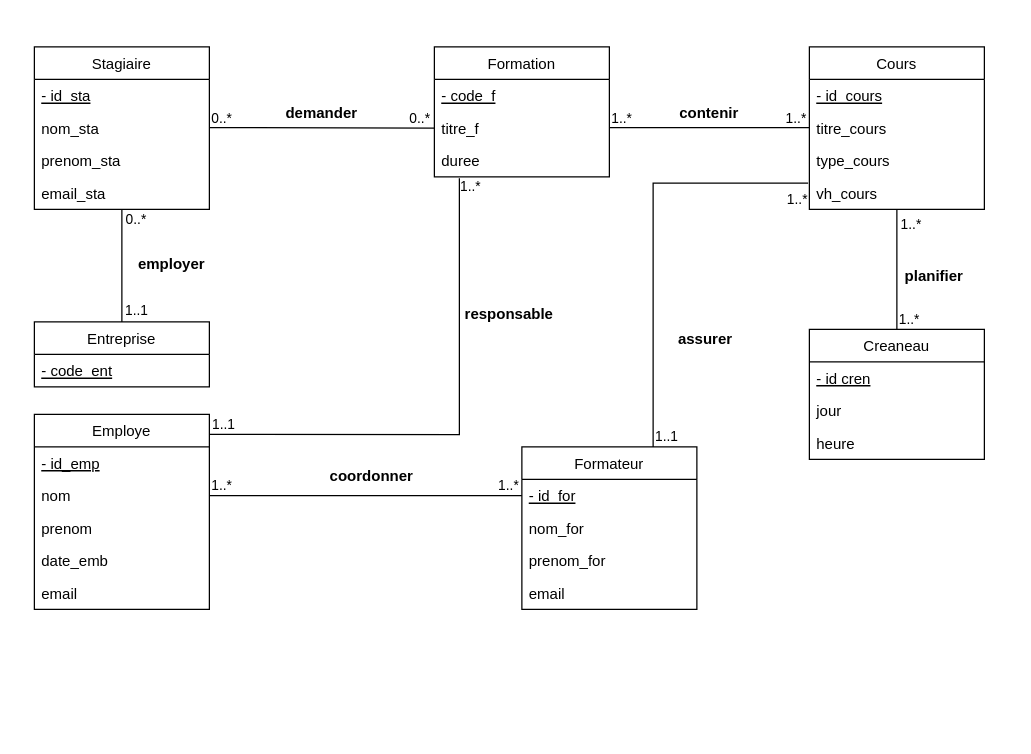
This is BDD/solutions/jardin.drawio from Mohamed-Messai/mescours, a draw.io file, before an edit. Source tidied: cells renumbered, new cells numbered last; positions are measured from the earlier drawing's top-left corner, leaving out a move shared by most shapes. Both pictures are drawn from the tidied source at 125%, with x=0, y=0 at pixel (34, 46).
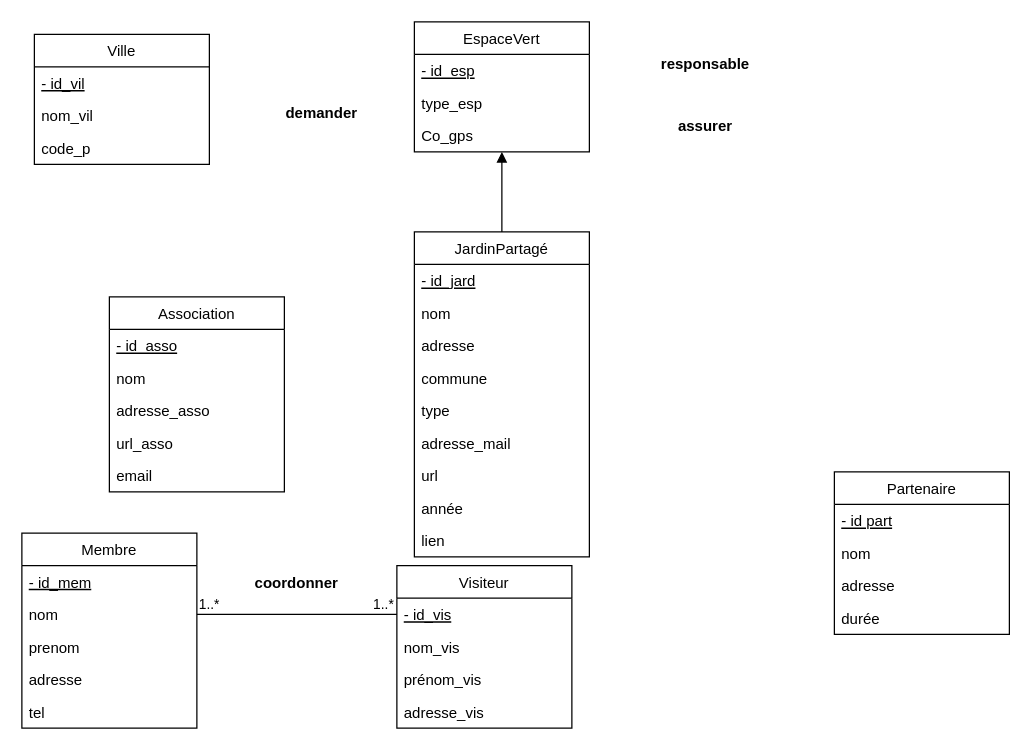
Above is the later version.

Commit message (it also covers changes not shown here):
Mettre à jour jardin.drawio

The edit, as a diff of the source:
```diff
@@
-    <mxCell id="2" value="Stagiaire" style="swimlane;fontStyle=0;horizontal=1;startSize=26;fillColor=none;" parent="1" vertex="1">
-      <mxGeometry width="140" height="130" as="geometry" />
+    <mxCell id="2" value="EspaceVert" style="swimlane;fontStyle=0;horizontal=1;startSize=26;fillColor=none;" parent="1" vertex="1">
+      <mxGeometry x="304" y="-20" width="140" height="104" as="geometry" />
     </mxCell>
-    <mxCell id="3" value="- id_sta" style="text;strokeColor=none;fillColor=none;align=left;verticalAlign=top;spacingLeft=4;spacingRight=4;overflow=hidden;fontStyle=4;" parent="2" vertex="1">
+    <mxCell id="3" value="- id_esp " style="text;strokeColor=none;fillColor=none;align=left;verticalAlign=top;spacingLeft=4;spacingRight=4;overflow=hidden;fontStyle=4;" parent="2" vertex="1">
       <mxGeometry y="26" width="140" height="26" as="geometry" />
     </mxCell>
-    <mxCell id="4" value="nom_sta" style="text;strokeColor=none;fillColor=none;align=left;verticalAlign=top;spacingLeft=4;spacingRight=4;overflow=hidden;" parent="2" vertex="1">
+    <mxCell id="4" value="type_esp " style="text;strokeColor=none;fillColor=none;align=left;verticalAlign=top;spacingLeft=4;spacingRight=4;overflow=hidden;" parent="2" vertex="1">
       <mxGeometry y="52" width="140" height="26" as="geometry" />
     </mxCell>
-    <mxCell id="5" value="prenom_sta" style="text;strokeColor=none;fillColor=none;align=left;verticalAlign=top;spacingLeft=4;spacingRight=4;overflow=hidden;" parent="2" vertex="1">
+    <mxCell id="5" value="Co_gps " style="text;strokeColor=none;fillColor=none;align=left;verticalAlign=top;spacingLeft=4;spacingRight=4;overflow=hidden;" parent="2" vertex="1">
       <mxGeometry y="78" width="140" height="26" as="geometry" />
     </mxCell>
-    <mxCell id="6" value="email_sta" style="text;strokeColor=none;fillColor=none;align=left;verticalAlign=top;spacingLeft=4;spacingRight=4;overflow=hidden;" parent="2" vertex="1">
-      <mxGeometry y="104" width="140" height="26" as="geometry" />
-    </mxCell>
-    <mxCell id="7" value="Formation" style="swimlane;fontStyle=0;horizontal=1;startSize=26;fillColor=none;" parent="1" vertex="1">
-      <mxGeometry x="320" width="140" height="104" as="geometry" />
+    <mxCell id="7" value="Ville" style="swimlane;fontStyle=0;horizontal=1;startSize=26;fillColor=none;" parent="1" vertex="1">
+      <mxGeometry y="-10" width="140" height="104" as="geometry" />
     </mxCell>
-    <mxCell id="8" value="- code_f" style="text;strokeColor=none;fillColor=none;align=left;verticalAlign=top;spacingLeft=4;spacingRight=4;overflow=hidden;fontStyle=4;" parent="7" vertex="1">
+    <mxCell id="8" value="- id_vil " style="text;strokeColor=none;fillColor=none;align=left;verticalAlign=top;spacingLeft=4;spacingRight=4;overflow=hidden;fontStyle=4;" parent="7" vertex="1">
       <mxGeometry y="26" width="140" height="26" as="geometry" />
     </mxCell>
-    <mxCell id="9" value="titre_f" style="text;strokeColor=none;fillColor=none;align=left;verticalAlign=top;spacingLeft=4;spacingRight=4;overflow=hidden;points=[[0,0.5],[1,0.5]];portConstraint=eastwest;" parent="7" vertex="1">
+    <mxCell id="9" value="nom_vil " style="text;strokeColor=none;fillColor=none;align=left;verticalAlign=top;spacingLeft=4;spacingRight=4;overflow=hidden;points=[[0,0.5],[1,0.5]];portConstraint=eastwest;" parent="7" vertex="1">
       <mxGeometry y="52" width="140" height="26" as="geometry" />
     </mxCell>
-    <mxCell id="10" value="duree" style="text;strokeColor=none;fillColor=none;align=left;verticalAlign=top;spacingLeft=4;spacingRight=4;overflow=hidden;" parent="7" vertex="1">
+    <mxCell id="10" value="code_p " style="text;strokeColor=none;fillColor=none;align=left;verticalAlign=top;spacingLeft=4;spacingRight=4;overflow=hidden;" parent="7" vertex="1">
       <mxGeometry y="78" width="140" height="26" as="geometry" />
     </mxCell>
-    <mxCell id="11" value="Cours" style="swimlane;fontStyle=0;horizontal=1;startSize=26;fillColor=none;" parent="1" vertex="1">
-      <mxGeometry x="620" width="140" height="130" as="geometry" />
+    <mxCell id="11" value="JardinPartagé" style="swimlane;fontStyle=0;horizontal=1;startSize=26;fillColor=none;" parent="1" vertex="1">
+      <mxGeometry x="304" y="148" width="140" height="260" as="geometry" />
     </mxCell>
-    <mxCell id="12" value="- id_cours" style="text;strokeColor=none;fillColor=none;align=left;verticalAlign=top;spacingLeft=4;spacingRight=4;overflow=hidden;fontStyle=4;" parent="11" vertex="1">
+    <mxCell id="12" value="- id_jard" style="text;strokeColor=none;fillColor=none;align=left;verticalAlign=top;spacingLeft=4;spacingRight=4;overflow=hidden;fontStyle=4;" parent="11" vertex="1">
       <mxGeometry y="26" width="140" height="26" as="geometry" />
     </mxCell>
+    <mxCell id="61" value="nom" style="text;strokeColor=none;fillColor=none;align=left;verticalAlign=top;spacingLeft=4;spacingRight=4;overflow=hidden;" parent="11" vertex="1">
+      <mxGeometry y="52" width="140" height="26" as="geometry" />
+    </mxCell>
-    <mxCell id="13" value="titre_cours" style="text;strokeColor=none;fillColor=none;align=left;verticalAlign=top;spacingLeft=4;spacingRight=4;overflow=hidden;" parent="11" vertex="1">
-      <mxGeometry y="52" width="140" height="26" as="geometry" />
+    <mxCell id="13" value="adresse" style="text;strokeColor=none;fillColor=none;align=left;verticalAlign=top;spacingLeft=4;spacingRight=4;overflow=hidden;" parent="11" vertex="1">
+      <mxGeometry y="78" width="140" height="26" as="geometry" />
     </mxCell>
-    <mxCell id="14" value="type_cours" style="text;strokeColor=none;fillColor=none;align=left;verticalAlign=top;spacingLeft=4;spacingRight=4;overflow=hidden;" parent="11" vertex="1">
-      <mxGeometry y="78" width="140" height="26" as="geometry" />
+    <mxCell id="14" value="commune" style="text;strokeColor=none;fillColor=none;align=left;verticalAlign=top;spacingLeft=4;spacingRight=4;overflow=hidden;" parent="11" vertex="1">
+      <mxGeometry y="104" width="140" height="26" as="geometry" />
     </mxCell>
+    <mxCell id="62" value="type" style="text;strokeColor=none;fillColor=none;align=left;verticalAlign=top;spacingLeft=4;spacingRight=4;overflow=hidden;" parent="11" vertex="1">
+      <mxGeometry y="130" width="140" height="26" as="geometry" />
+    </mxCell>
-    <mxCell id="15" value="vh_cours" style="text;strokeColor=none;fillColor=none;align=left;verticalAlign=top;spacingLeft=4;spacingRight=4;overflow=hidden;points=[[0,0.5],[1,0.5]];portConstraint=eastwest;" parent="11" vertex="1">
-      <mxGeometry y="104" width="140" height="26" as="geometry" />
+    <mxCell id="15" value="adresse_mail" style="text;strokeColor=none;fillColor=none;align=left;verticalAlign=top;spacingLeft=4;spacingRight=4;overflow=hidden;points=[[0,0.5],[1,0.5]];portConstraint=eastwest;" parent="11" vertex="1">
+      <mxGeometry y="156" width="140" height="26" as="geometry" />
     </mxCell>
+    <mxCell id="63" value="url" style="text;strokeColor=none;fillColor=none;align=left;verticalAlign=top;spacingLeft=4;spacingRight=4;overflow=hidden;" parent="11" vertex="1">
+      <mxGeometry y="182" width="140" height="26" as="geometry" />
+    </mxCell>
+    <mxCell id="64" value="année" style="text;strokeColor=none;fillColor=none;align=left;verticalAlign=top;spacingLeft=4;spacingRight=4;overflow=hidden;" parent="11" vertex="1">
+      <mxGeometry y="208" width="140" height="26" as="geometry" />
+    </mxCell>
+    <mxCell id="65" value="lien" style="text;strokeColor=none;fillColor=none;align=left;verticalAlign=top;spacingLeft=4;spacingRight=4;overflow=hidden;" parent="11" vertex="1">
+      <mxGeometry y="234" width="140" height="26" as="geometry" />
+    </mxCell>
-    <mxCell id="16" value="Entreprise" style="swimlane;fontStyle=0;horizontal=1;startSize=26;fillColor=none;" parent="1" vertex="1">
-      <mxGeometry y="220" width="140" height="52" as="geometry" />
+    <mxCell id="16" value="Association" style="swimlane;fontStyle=0;horizontal=1;startSize=26;fillColor=none;" parent="1" vertex="1">
+      <mxGeometry x="60" y="200" width="140" height="156" as="geometry" />
     </mxCell>
-    <mxCell id="17" value="- code_ent" style="text;strokeColor=none;fillColor=none;align=left;verticalAlign=top;spacingLeft=4;spacingRight=4;overflow=hidden;fontStyle=4;" parent="16" vertex="1">
+    <mxCell id="17" value="- id_asso" style="text;strokeColor=none;fillColor=none;align=left;verticalAlign=top;spacingLeft=4;spacingRight=4;overflow=hidden;fontStyle=4;" parent="16" vertex="1">
       <mxGeometry y="26" width="140" height="26" as="geometry" />
     </mxCell>
+    <mxCell id="66" value="nom" style="text;strokeColor=none;fillColor=none;align=left;verticalAlign=top;spacingLeft=4;spacingRight=4;overflow=hidden;" parent="16" vertex="1">
+      <mxGeometry y="52" width="140" height="26" as="geometry" />
+    </mxCell>
+    <mxCell id="67" value="adresse_asso" style="text;strokeColor=none;fillColor=none;align=left;verticalAlign=top;spacingLeft=4;spacingRight=4;overflow=hidden;" parent="16" vertex="1">
+      <mxGeometry y="78" width="140" height="26" as="geometry" />
+    </mxCell>
+    <mxCell id="68" value="url_asso" style="text;strokeColor=none;fillColor=none;align=left;verticalAlign=top;spacingLeft=4;spacingRight=4;overflow=hidden;" parent="16" vertex="1">
+      <mxGeometry y="104" width="140" height="26" as="geometry" />
+    </mxCell>
+    <mxCell id="69" value="email" style="text;strokeColor=none;fillColor=none;align=left;verticalAlign=top;spacingLeft=4;spacingRight=4;overflow=hidden;" parent="16" vertex="1">
+      <mxGeometry y="130" width="140" height="26" as="geometry" />
+    </mxCell>
-    <mxCell id="18" value="Employe" style="swimlane;fontStyle=0;horizontal=1;startSize=26;fillColor=none;" parent="1" vertex="1">
-      <mxGeometry y="294" width="140" height="156" as="geometry" />
+    <mxCell id="18" value="Membre" style="swimlane;fontStyle=0;horizontal=1;startSize=26;fillColor=none;" parent="1" vertex="1">
+      <mxGeometry x="-10" y="389" width="140" height="156" as="geometry" />
     </mxCell>
-    <mxCell id="19" value="- id_emp" style="text;strokeColor=none;fillColor=none;align=left;verticalAlign=top;spacingLeft=4;spacingRight=4;overflow=hidden;fontStyle=4;" parent="18" vertex="1">
+    <mxCell id="19" value="- id_mem" style="text;strokeColor=none;fillColor=none;align=left;verticalAlign=top;spacingLeft=4;spacingRight=4;overflow=hidden;fontStyle=4;" parent="18" vertex="1">
       <mxGeometry y="26" width="140" height="26" as="geometry" />
     </mxCell>
@@
-    <mxCell id="22" value="date_emb" style="text;strokeColor=none;fillColor=none;align=left;verticalAlign=top;spacingLeft=4;spacingRight=4;overflow=hidden;" parent="18" vertex="1">
+    <mxCell id="22" value="adresse" style="text;strokeColor=none;fillColor=none;align=left;verticalAlign=top;spacingLeft=4;spacingRight=4;overflow=hidden;" parent="18" vertex="1">
       <mxGeometry y="104" width="140" height="26" as="geometry" />
     </mxCell>
-    <mxCell id="23" value="email" style="text;strokeColor=none;fillColor=none;align=left;verticalAlign=top;spacingLeft=4;spacingRight=4;overflow=hidden;" parent="18" vertex="1">
+    <mxCell id="23" value="tel" style="text;strokeColor=none;fillColor=none;align=left;verticalAlign=top;spacingLeft=4;spacingRight=4;overflow=hidden;" parent="18" vertex="1">
       <mxGeometry y="130" width="140" height="26" as="geometry" />
     </mxCell>
-    <mxCell id="24" value="Formateur" style="swimlane;fontStyle=0;horizontal=1;startSize=26;fillColor=none;" parent="1" vertex="1">
-      <mxGeometry x="390" y="320" width="140" height="130" as="geometry" />
+    <mxCell id="24" value="Visiteur" style="swimlane;fontStyle=0;horizontal=1;startSize=26;fillColor=none;" parent="1" vertex="1">
+      <mxGeometry x="290" y="415" width="140" height="130" as="geometry" />
     </mxCell>
-    <mxCell id="25" value="- id_for" style="text;strokeColor=none;fillColor=none;align=left;verticalAlign=top;spacingLeft=4;spacingRight=4;overflow=hidden;points=[[0,0.5],[1,0.5]];portConstraint=eastwest;fontStyle=4;" parent="24" vertex="1">
+    <mxCell id="25" value="- id_vis" style="text;strokeColor=none;fillColor=none;align=left;verticalAlign=top;spacingLeft=4;spacingRight=4;overflow=hidden;points=[[0,0.5],[1,0.5]];portConstraint=eastwest;fontStyle=4;" parent="24" vertex="1">
       <mxGeometry y="26" width="140" height="26" as="geometry" />
     </mxCell>
-    <mxCell id="26" value="nom_for" style="text;strokeColor=none;fillColor=none;align=left;verticalAlign=top;spacingLeft=4;spacingRight=4;overflow=hidden;" parent="24" vertex="1">
-      <mxGeometry y="52" width="140" height="26" as="geometry" />
-    </mxCell>
-    <mxCell id="27" value="prenom_for" style="text;strokeColor=none;fillColor=none;align=left;verticalAlign=top;spacingLeft=4;spacingRight=4;overflow=hidden;" parent="24" vertex="1">
-      <mxGeometry y="78" width="140" height="26" as="geometry" />
+    <mxCell id="27" value="nom_vis" style="text;strokeColor=none;fillColor=none;align=left;verticalAlign=top;spacingLeft=4;spacingRight=4;overflow=hidden;" parent="24" vertex="1">
+      <mxGeometry y="52" width="140" height="26" as="geometry" />
     </mxCell>
-    <mxCell id="28" value="email" style="text;strokeColor=none;fillColor=none;align=left;verticalAlign=top;spacingLeft=4;spacingRight=4;overflow=hidden;" parent="24" vertex="1">
-      <mxGeometry y="104" width="140" height="26" as="geometry" />
+    <mxCell id="28" value="prénom_vis" style="text;strokeColor=none;fillColor=none;align=left;verticalAlign=top;spacingLeft=4;spacingRight=4;overflow=hidden;" parent="24" vertex="1">
+      <mxGeometry y="78" width="140" height="26" as="geometry" />
     </mxCell>
+    <mxCell id="70" value="adresse_vis" style="text;strokeColor=none;fillColor=none;align=left;verticalAlign=top;spacingLeft=4;spacingRight=4;overflow=hidden;" parent="24" vertex="1">
+      <mxGeometry y="104" width="140" height="26" as="geometry" />
+    </mxCell>
-    <mxCell id="29" value="Creaneau" style="swimlane;fontStyle=0;horizontal=1;startSize=26;fillColor=none;" parent="1" vertex="1">
-      <mxGeometry x="620" y="226" width="140" height="104" as="geometry" />
+    <mxCell id="29" value="Partenaire" style="swimlane;fontStyle=0;horizontal=1;startSize=26;fillColor=none;" parent="1" vertex="1">
+      <mxGeometry x="640" y="340" width="140" height="130" as="geometry" />
     </mxCell>
-    <mxCell id="30" value="- id cren" style="text;strokeColor=none;fillColor=none;align=left;verticalAlign=top;spacingLeft=4;spacingRight=4;overflow=hidden;fontStyle=4;" parent="29" vertex="1">
+    <mxCell id="30" value="- id part" style="text;strokeColor=none;fillColor=none;align=left;verticalAlign=top;spacingLeft=4;spacingRight=4;overflow=hidden;fontStyle=4;" parent="29" vertex="1">
       <mxGeometry y="26" width="140" height="26" as="geometry" />
     </mxCell>
-    <mxCell id="31" value="jour" style="text;strokeColor=none;fillColor=none;align=left;verticalAlign=top;spacingLeft=4;spacingRight=4;overflow=hidden;" parent="29" vertex="1">
+    <mxCell id="31" value="nom" style="text;strokeColor=none;fillColor=none;align=left;verticalAlign=top;spacingLeft=4;spacingRight=4;overflow=hidden;" parent="29" vertex="1">
       <mxGeometry y="52" width="140" height="26" as="geometry" />
     </mxCell>
-    <mxCell id="32" value="heure" style="text;strokeColor=none;fillColor=none;align=left;verticalAlign=top;spacingLeft=4;spacingRight=4;overflow=hidden;" parent="29" vertex="1">
+    <mxCell id="32" value="adresse" style="text;strokeColor=none;fillColor=none;align=left;verticalAlign=top;spacingLeft=4;spacingRight=4;overflow=hidden;" parent="29" vertex="1">
       <mxGeometry y="78" width="140" height="26" as="geometry" />
     </mxCell>
-    <mxCell id="33" style="endArrow=none;html=1;edgeStyle=orthogonalEdgeStyle;rounded=0;" parent="1" edge="1">
-      <mxGeometry relative="1" as="geometry">
-        <mxPoint x="460" y="64.5" as="sourcePoint" />
-        <mxPoint x="620" y="64.5" as="targetPoint" />
-      </mxGeometry>
-    </mxCell>
-    <mxCell id="34" value="1..*" style="edgeLabel;html=1;align=left;verticalAlign=bottom;" parent="33" vertex="1">
-      <mxGeometry x="-1" relative="1" as="geometry" />
-    </mxCell>
-    <mxCell id="35" value="1..*" style="edgeLabel;html=1;align=right;verticalAlign=bottom;" parent="33" vertex="1">
-      <mxGeometry x="1" relative="1" as="geometry">
-        <mxPoint x="-2" as="offset" />
-      </mxGeometry>
-    </mxCell>
-    <mxCell id="36" style="endArrow=none;html=1;edgeStyle=orthogonalEdgeStyle;rounded=0;entryX=0;entryY=0.5;entryDx=0;entryDy=0;" parent="1" edge="1" target="9">
-      <mxGeometry relative="1" as="geometry">
-        <mxPoint x="140" y="64.5" as="sourcePoint" />
-      </mxGeometry>
-    </mxCell>
-    <mxCell id="37" value="0..*" style="edgeLabel;html=1;align=left;verticalAlign=bottom;" parent="36" vertex="1">
-      <mxGeometry x="-1" relative="1" as="geometry" />
-    </mxCell>
-    <mxCell id="38" value="0..*" style="edgeLabel;html=1;align=right;verticalAlign=bottom;" parent="36" vertex="1">
-      <mxGeometry x="1" relative="1" as="geometry">
-        <mxPoint x="-3" as="offset" />
-      </mxGeometry>
-    </mxCell>
-    <mxCell id="39" style="endArrow=none;html=1;edgeStyle=orthogonalEdgeStyle;rounded=0;entryX=1;entryY=0.103;entryDx=0;entryDy=0;entryPerimeter=0;" parent="1" edge="1" target="18">
-      <mxGeometry relative="1" as="geometry">
-        <mxPoint x="340" y="105" as="sourcePoint" />
-        <Array as="points">
-          <mxPoint x="340" y="310" />
-        </Array>
-      </mxGeometry>
-    </mxCell>
-    <mxCell id="40" value="1..*" style="edgeLabel;html=1;align=left;verticalAlign=bottom;" parent="39" vertex="1">
-      <mxGeometry x="-1" relative="1" as="geometry">
-        <mxPoint x="-1" y="15" as="offset" />
-      </mxGeometry>
-    </mxCell>
-    <mxCell id="41" value="1..1" style="edgeLabel;html=1;align=right;verticalAlign=bottom;" parent="39" vertex="1">
-      <mxGeometry x="1" relative="1" as="geometry">
-        <mxPoint x="21" as="offset" />
-      </mxGeometry>
-    </mxCell>
-    <mxCell id="42" style="endArrow=none;html=1;edgeStyle=orthogonalEdgeStyle;rounded=0;" parent="1" edge="1">
-      <mxGeometry relative="1" as="geometry">
-        <mxPoint x="70" y="220" as="sourcePoint" />
-        <mxPoint x="70" y="130" as="targetPoint" />
-      </mxGeometry>
-    </mxCell>
-    <mxCell id="43" value="1..1" style="edgeLabel;html=1;align=left;verticalAlign=bottom;" parent="42" vertex="1">
-      <mxGeometry x="-1" relative="1" as="geometry">
-        <mxPoint x="1" y="-1" as="offset" />
-      </mxGeometry>
-    </mxCell>
-    <mxCell id="44" value="0..*" style="edgeLabel;html=1;align=right;verticalAlign=bottom;" parent="42" vertex="1">
-      <mxGeometry x="1" relative="1" as="geometry">
-        <mxPoint x="20" y="16" as="offset" />
-      </mxGeometry>
-    </mxCell>
+    <mxCell id="71" value="durée" style="text;strokeColor=none;fillColor=none;align=left;verticalAlign=top;spacingLeft=4;spacingRight=4;overflow=hidden;" parent="29" vertex="1">
+      <mxGeometry y="104" width="140" height="26" as="geometry" />
+    </mxCell>
@@
-    <mxCell id="48" style="endArrow=none;html=1;edgeStyle=orthogonalEdgeStyle;rounded=0;entryX=-0.007;entryY=0.192;entryDx=0;entryDy=0;entryPerimeter=0;exitX=0.75;exitY=0;exitDx=0;exitDy=0;" parent="1" edge="1" source="24" target="15">
-      <mxGeometry relative="1" as="geometry" />
-    </mxCell>
-    <mxCell id="49" value="1..1" style="edgeLabel;html=1;align=left;verticalAlign=bottom;" parent="48" vertex="1">
-      <mxGeometry x="-1" relative="1" as="geometry" />
-    </mxCell>
-    <mxCell id="50" value="1..*" style="edgeLabel;html=1;align=right;verticalAlign=bottom;" parent="48" vertex="1">
-      <mxGeometry x="1" relative="1" as="geometry">
-        <mxPoint y="21" as="offset" />
-      </mxGeometry>
-    </mxCell>
-    <mxCell id="51" style="endArrow=none;html=1;edgeStyle=orthogonalEdgeStyle;rounded=0;entryX=0.5;entryY=1;entryDx=0;entryDy=0;exitX=0.5;exitY=0;exitDx=0;exitDy=0;" parent="1" edge="1" source="29" target="11">
-      <mxGeometry relative="1" as="geometry" />
-    </mxCell>
-    <mxCell id="52" value="1..*" style="edgeLabel;html=1;align=left;verticalAlign=bottom;" parent="51" vertex="1">
-      <mxGeometry x="-1" relative="1" as="geometry" />
-    </mxCell>
-    <mxCell id="53" value="1..*" style="edgeLabel;html=1;align=right;verticalAlign=bottom;" parent="51" vertex="1">
-      <mxGeometry x="1" relative="1" as="geometry">
-        <mxPoint x="20" y="20" as="offset" />
-      </mxGeometry>
-    </mxCell>
@@
-    <mxCell id="55" value="contenir" style="text;align=center;fontStyle=1;verticalAlign=middle;spacingLeft=3;spacingRight=3;strokeColor=none;" parent="1" vertex="1">
-      <mxGeometry x="500" y="39" width="80" height="26" as="geometry" />
-    </mxCell>
-    <mxCell id="56" value="employer" style="text;align=center;fontStyle=1;verticalAlign=middle;spacingLeft=3;spacingRight=3;strokeColor=none;" parent="1" vertex="1">
-      <mxGeometry x="70" y="160" width="80" height="26" as="geometry" />
-    </mxCell>
     <mxCell id="57" value="responsable" style="text;align=center;fontStyle=1;verticalAlign=middle;spacingLeft=3;spacingRight=3;strokeColor=none;" parent="1" vertex="1">
-      <mxGeometry x="340" y="200" width="80" height="26" as="geometry" />
+      <mxGeometry x="497" width="80" height="26" as="geometry" />
     </mxCell>
     <mxCell id="58" value="coordonner" style="text;align=center;fontStyle=1;verticalAlign=middle;spacingLeft=3;spacingRight=3;strokeColor=none;" parent="1" vertex="1">
-      <mxGeometry x="230" y="330" width="80" height="26" as="geometry" />
+      <mxGeometry x="170" y="415" width="80" height="26" as="geometry" />
     </mxCell>
     <mxCell id="59" value="assurer" style="text;align=center;fontStyle=1;verticalAlign=middle;spacingLeft=3;spacingRight=3;strokeColor=none;" parent="1" vertex="1">
-      <mxGeometry x="497" y="220" width="80" height="26" as="geometry" />
+      <mxGeometry x="497" y="50" width="80" height="26" as="geometry" />
     </mxCell>
-    <mxCell id="60" value="planifier" style="text;align=center;fontStyle=1;verticalAlign=middle;spacingLeft=3;spacingRight=3;strokeColor=none;" parent="1" vertex="1">
-      <mxGeometry x="680" y="170" width="80" height="26" as="geometry" />
-    </mxCell>
+    <mxCell id="72" style="endArrow=block;endFill=1;html=1;rounded=0;exitX=0.5;exitY=0;exitDx=0;exitDy=0;entryX=0.5;entryY=1;entryDx=0;entryDy=0;" parent="1" edge="1" source="11" target="2">
+      <mxGeometry relative="1" as="geometry" />
+    </mxCell>
```
